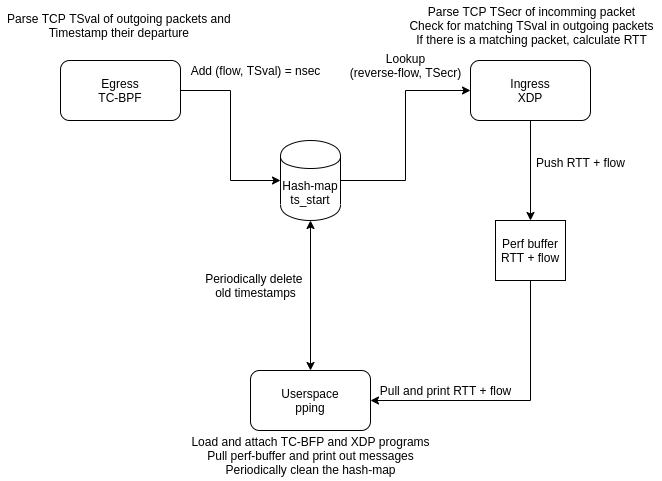
Earlier version of the draw.io export pping/eBPF_pping_design.png (xdp-project/bpf-examples). Source tidied: cells renumbered, new cells last; positions are measured from the earlier drawing's top-left corner, leaving out a move shared by most shapes. Its diagram source:
```xml
<mxGraphModel>
  <root>
    <mxCell id="0" />
    <mxCell id="1" parent="0" />
    <mxCell id="2" style="edgeStyle=orthogonalEdgeStyle;rounded=0;jettySize=auto;html=1;exitX=1;exitY=0.5;exitDx=0;exitDy=0;entryX=0;entryY=0.5;entryDx=0;entryDy=0;" parent="1" edge="1" source="3" target="9">
      <mxGeometry relative="1" as="geometry" />
    </mxCell>
    <mxCell id="3" value="Egress&lt;br&gt;TC-BPF" style="rounded=1;whiteSpace=wrap;html=1;" parent="1" vertex="1">
      <mxGeometry x="60" y="60" width="120" height="60" as="geometry" />
    </mxCell>
    <mxCell id="4" style="edgeStyle=orthogonalEdgeStyle;rounded=0;jettySize=auto;html=1;exitX=0.5;exitY=1;exitDx=0;exitDy=0;entryX=0.5;entryY=0;entryDx=0;entryDy=0;" parent="1" edge="1" source="5" target="11">
      <mxGeometry relative="1" as="geometry" />
    </mxCell>
    <mxCell id="5" value="Ingress&lt;br&gt;XDP" style="rounded=1;whiteSpace=wrap;html=1;" parent="1" vertex="1">
      <mxGeometry x="470" y="60" width="120" height="60" as="geometry" />
    </mxCell>
    <mxCell id="6" style="edgeStyle=orthogonalEdgeStyle;rounded=0;jettySize=auto;html=1;exitX=0.5;exitY=0;exitDx=0;exitDy=0;entryX=0.5;entryY=1;entryDx=0;entryDy=0;startArrow=classic;startFill=1;" parent="1" edge="1" source="7" target="9">
      <mxGeometry relative="1" as="geometry" />
    </mxCell>
    <mxCell id="7" value="Userspace&lt;br&gt;pping" style="rounded=1;whiteSpace=wrap;html=1;" parent="1" vertex="1">
      <mxGeometry x="250" y="370" width="120" height="60" as="geometry" />
    </mxCell>
    <mxCell id="8" style="edgeStyle=orthogonalEdgeStyle;rounded=0;jettySize=auto;html=1;exitX=1;exitY=0.5;exitDx=0;exitDy=0;entryX=0;entryY=0.5;entryDx=0;entryDy=0;" parent="1" edge="1" source="9" target="5">
      <mxGeometry relative="1" as="geometry" />
    </mxCell>
    <mxCell id="9" value="Hash-map&lt;br&gt;ts_start" style="shape=cylinder;whiteSpace=wrap;html=1;boundedLbl=1;backgroundOutline=1;" parent="1" vertex="1">
      <mxGeometry x="280" y="140" width="60" height="80" as="geometry" />
    </mxCell>
    <mxCell id="10" style="edgeStyle=orthogonalEdgeStyle;rounded=0;jettySize=auto;html=1;exitX=0.5;exitY=1;exitDx=0;exitDy=0;entryX=1;entryY=0.5;entryDx=0;entryDy=0;" parent="1" edge="1" source="11" target="7">
      <mxGeometry relative="1" as="geometry" />
    </mxCell>
    <mxCell id="11" value="Perf buffer&lt;br&gt;RTT + flow" style="rounded=0;whiteSpace=wrap;html=1;" parent="1" vertex="1">
      <mxGeometry x="495" y="220" width="70" height="60" as="geometry" />
    </mxCell>
    <mxCell id="12" value="Add (flow, TSval) = nsec" style="text;html=1;align=center;verticalAlign=middle;" parent="1" vertex="1">
      <mxGeometry x="180" y="60" width="150" height="20" as="geometry" />
    </mxCell>
    <mxCell id="13" value="Lookup&lt;br&gt;(reverse-flow, TSecr)" style="text;html=1;align=center;verticalAlign=middle;" parent="1" vertex="1">
      <mxGeometry x="340" y="50" width="130" height="30" as="geometry" />
    </mxCell>
    <mxCell id="14" value="Push RTT + flow" style="text;html=1;align=center;verticalAlign=middle;" parent="1" vertex="1">
      <mxGeometry x="530" y="152" width="100" height="20" as="geometry" />
    </mxCell>
    <mxCell id="15" value="Pull and print RTT + flow" style="text;html=1;align=center;verticalAlign=middle;" parent="1" vertex="1">
      <mxGeometry x="370" y="380" width="150" height="20" as="geometry" />
    </mxCell>
    <mxCell id="16" value="Parse TCP TSval of outgoing packets and &lt;br&gt;Timestamp their departure&amp;nbsp;" style="text;html=1;align=center;verticalAlign=middle;" parent="1" vertex="1">
      <mxGeometry y="10" width="240" height="30" as="geometry" />
    </mxCell>
    <mxCell id="17" value="Parse TCP TSecr of incomming packet&lt;br&gt;Check for matching TSval in outgoing packets&lt;br&gt;If there is a matching packet, calculate RTT" style="text;html=1;align=center;verticalAlign=middle;" parent="1" vertex="1">
      <mxGeometry x="401" width="260" height="50" as="geometry" />
    </mxCell>
    <mxCell id="18" value="Periodically delete &lt;br&gt;old timestamps" style="text;html=1;align=center;verticalAlign=middle;" parent="1" vertex="1">
      <mxGeometry x="200" y="270" width="110" height="30" as="geometry" />
    </mxCell>
    <mxCell id="19" value="Load and attach TC-BFP and XDP programs&lt;br&gt;Pull perf-buffer and print out messages&lt;br&gt;Periodically clean the hash-map" style="text;html=1;align=center;verticalAlign=middle;" parent="1" vertex="1">
      <mxGeometry x="185" y="430" width="250" height="50" as="geometry" />
    </mxCell>
  </root>
</mxGraphModel>
```
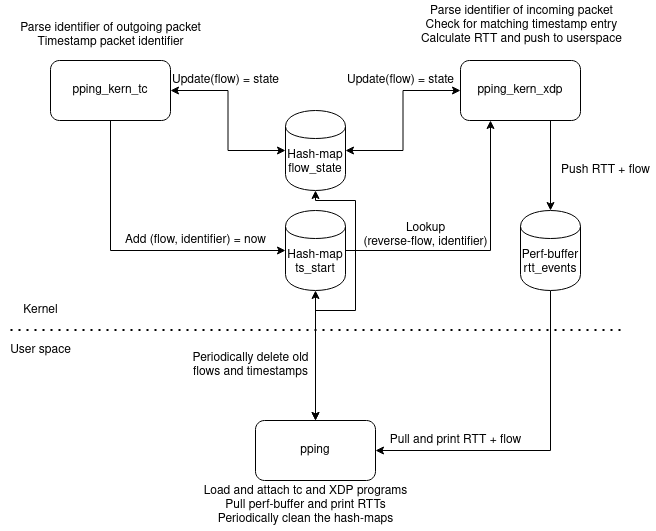
After the commit.

The edit, as a diff of the source:
```diff
@@ -2,59 +2,96 @@
   <root>
     <mxCell id="0" />
     <mxCell id="1" parent="0" />
-    <mxCell id="2" style="edgeStyle=orthogonalEdgeStyle;rounded=0;jettySize=auto;html=1;exitX=1;exitY=0.5;exitDx=0;exitDy=0;entryX=0;entryY=0.5;entryDx=0;entryDy=0;" parent="1" edge="1" source="3" target="9">
+    <mxCell id="2" style="edgeStyle=orthogonalEdgeStyle;rounded=0;jettySize=auto;html=1;exitX=0.5;exitY=1;exitDx=0;exitDy=0;entryX=0;entryY=0.5;entryDx=0;entryDy=0;" parent="1" edge="1" source="3" target="9">
       <mxGeometry relative="1" as="geometry" />
     </mxCell>
+    <mxCell id="20" style="edgeStyle=orthogonalEdgeStyle;rounded=0;jettySize=auto;html=1;exitX=1;exitY=0.5;exitDx=0;exitDy=0;entryX=0;entryY=0.5;entryDx=0;entryDy=0;startArrow=classic;startFill=1;" parent="1" edge="1" source="3" target="23">
+      <mxGeometry relative="1" as="geometry" />
+    </mxCell>
-    <mxCell id="3" value="Egress&lt;br&gt;TC-BPF" style="rounded=1;whiteSpace=wrap;html=1;" parent="1" vertex="1">
-      <mxGeometry x="60" y="60" width="120" height="60" as="geometry" />
+    <mxCell id="3" value="pping_kern_tc" style="rounded=1;whiteSpace=wrap;html=1;" parent="1" vertex="1">
+      <mxGeometry x="45" y="-10" width="120" height="60" as="geometry" />
     </mxCell>
-    <mxCell id="4" style="edgeStyle=orthogonalEdgeStyle;rounded=0;jettySize=auto;html=1;exitX=0.5;exitY=1;exitDx=0;exitDy=0;entryX=0.5;entryY=0;entryDx=0;entryDy=0;" parent="1" edge="1" source="5" target="11">
+    <mxCell id="4" style="edgeStyle=orthogonalEdgeStyle;rounded=0;jettySize=auto;html=1;exitX=0.75;exitY=1;exitDx=0;exitDy=0;entryX=0.5;entryY=0;entryDx=0;entryDy=0;" parent="1" edge="1" source="5" target="26">
       <mxGeometry relative="1" as="geometry" />
     </mxCell>
-    <mxCell id="5" value="Ingress&lt;br&gt;XDP" style="rounded=1;whiteSpace=wrap;html=1;" parent="1" vertex="1">
-      <mxGeometry x="470" y="60" width="120" height="60" as="geometry" />
+    <mxCell id="5" value="pping_kern_xdp" style="rounded=1;whiteSpace=wrap;html=1;" parent="1" vertex="1">
+      <mxGeometry x="455" y="-10" width="120" height="60" as="geometry" />
     </mxCell>
-    <mxCell id="6" style="edgeStyle=orthogonalEdgeStyle;rounded=0;jettySize=auto;html=1;exitX=0.5;exitY=0;exitDx=0;exitDy=0;entryX=0.5;entryY=1;entryDx=0;entryDy=0;startArrow=classic;startFill=1;" parent="1" edge="1" source="7" target="9">
+    <mxCell id="6" style="edgeStyle=orthogonalEdgeStyle;rounded=0;jettySize=auto;html=1;entryX=0.5;entryY=1;entryDx=0;entryDy=0;startArrow=classic;startFill=1;exitX=0.5;exitY=0;exitDx=0;exitDy=0;" parent="1" edge="1" source="7" target="9">
       <mxGeometry relative="1" as="geometry" />
     </mxCell>
+    <mxCell id="21" style="edgeStyle=orthogonalEdgeStyle;rounded=0;jettySize=auto;html=1;startArrow=classic;startFill=1;entryX=0.5;entryY=1;entryDx=0;entryDy=0;exitX=0.5;exitY=0;exitDx=0;exitDy=0;" parent="1" edge="1" source="7" target="23">
+      <mxGeometry relative="1" as="geometry">
+        <Array as="points">
+          <mxPoint x="310" y="240" />
+          <mxPoint x="350" y="240" />
+          <mxPoint x="350" y="130" />
+          <mxPoint x="310" y="130" />
+        </Array>
+      </mxGeometry>
+    </mxCell>
-    <mxCell id="7" value="Userspace&lt;br&gt;pping" style="rounded=1;whiteSpace=wrap;html=1;" parent="1" vertex="1">
-      <mxGeometry x="250" y="370" width="120" height="60" as="geometry" />
+    <mxCell id="7" value="pping" style="rounded=1;whiteSpace=wrap;html=1;" parent="1" vertex="1">
+      <mxGeometry x="250" y="350" width="120" height="60" as="geometry" />
     </mxCell>
-    <mxCell id="8" style="edgeStyle=orthogonalEdgeStyle;rounded=0;jettySize=auto;html=1;exitX=1;exitY=0.5;exitDx=0;exitDy=0;entryX=0;entryY=0.5;entryDx=0;entryDy=0;" parent="1" edge="1" source="9" target="5">
+    <mxCell id="8" style="edgeStyle=orthogonalEdgeStyle;rounded=0;jettySize=auto;html=1;exitX=1;exitY=0.5;exitDx=0;exitDy=0;entryX=0.25;entryY=1;entryDx=0;entryDy=0;" parent="1" edge="1" source="9" target="5">
       <mxGeometry relative="1" as="geometry" />
     </mxCell>
     <mxCell id="9" value="Hash-map&lt;br&gt;ts_start" style="shape=cylinder;whiteSpace=wrap;html=1;boundedLbl=1;backgroundOutline=1;" parent="1" vertex="1">
       <mxGeometry x="280" y="140" width="60" height="80" as="geometry" />
     </mxCell>
-    <mxCell id="10" style="edgeStyle=orthogonalEdgeStyle;rounded=0;jettySize=auto;html=1;exitX=0.5;exitY=1;exitDx=0;exitDy=0;entryX=1;entryY=0.5;entryDx=0;entryDy=0;" parent="1" edge="1" source="11" target="7">
+    <mxCell id="10" style="edgeStyle=orthogonalEdgeStyle;rounded=0;jettySize=auto;html=1;exitX=0.5;exitY=1;exitDx=0;exitDy=0;entryX=1;entryY=0.5;entryDx=0;entryDy=0;" parent="1" edge="1" source="26" target="7">
       <mxGeometry relative="1" as="geometry" />
     </mxCell>
-    <mxCell id="11" value="Perf buffer&lt;br&gt;RTT + flow" style="rounded=0;whiteSpace=wrap;html=1;" parent="1" vertex="1">
-      <mxGeometry x="495" y="220" width="70" height="60" as="geometry" />
-    </mxCell>
-    <mxCell id="12" value="Add (flow, TSval) = nsec" style="text;html=1;align=center;verticalAlign=middle;" parent="1" vertex="1">
-      <mxGeometry x="180" y="60" width="150" height="20" as="geometry" />
+    <mxCell id="12" value="Add (flow, identifier) = now" style="text;html=1;align=center;verticalAlign=middle;" parent="1" vertex="1">
+      <mxGeometry x="110" y="160" width="160" height="20" as="geometry" />
     </mxCell>
-    <mxCell id="13" value="Lookup&lt;br&gt;(reverse-flow, TSecr)" style="text;html=1;align=center;verticalAlign=middle;" parent="1" vertex="1">
-      <mxGeometry x="340" y="50" width="130" height="30" as="geometry" />
+    <mxCell id="13" value="Lookup&lt;br&gt;(reverse-flow, identifier)" style="text;html=1;align=center;verticalAlign=middle;" parent="1" vertex="1">
+      <mxGeometry x="350" y="150" width="140" height="30" as="geometry" />
     </mxCell>
     <mxCell id="14" value="Push RTT + flow" style="text;html=1;align=center;verticalAlign=middle;" parent="1" vertex="1">
-      <mxGeometry x="530" y="152" width="100" height="20" as="geometry" />
+      <mxGeometry x="550" y="90" width="100" height="20" as="geometry" />
     </mxCell>
     <mxCell id="15" value="Pull and print RTT + flow" style="text;html=1;align=center;verticalAlign=middle;" parent="1" vertex="1">
-      <mxGeometry x="370" y="380" width="150" height="20" as="geometry" />
+      <mxGeometry x="375" y="360" width="150" height="20" as="geometry" />
     </mxCell>
-    <mxCell id="16" value="Parse TCP TSval of outgoing packets and &lt;br&gt;Timestamp their departure&amp;nbsp;" style="text;html=1;align=center;verticalAlign=middle;" parent="1" vertex="1">
-      <mxGeometry y="10" width="240" height="30" as="geometry" />
+    <mxCell id="16" value="&lt;div&gt;Parse identifier of outgoing packet &lt;br&gt;&lt;/div&gt;&lt;div&gt;Timestamp packet identifier &lt;br&gt;&lt;/div&gt;" style="text;html=1;align=center;verticalAlign=middle;" parent="1" vertex="1">
+      <mxGeometry x="5" y="-50" width="200" height="30" as="geometry" />
     </mxCell>
-    <mxCell id="17" value="Parse TCP TSecr of incomming packet&lt;br&gt;Check for matching TSval in outgoing packets&lt;br&gt;If there is a matching packet, calculate RTT" style="text;html=1;align=center;verticalAlign=middle;" parent="1" vertex="1">
-      <mxGeometry x="401" width="260" height="50" as="geometry" />
+    <mxCell id="17" value="Parse identifier of incoming packet&lt;br&gt;Check for matching timestamp entry&lt;br&gt;Calculate RTT and push to userspace" style="text;html=1;align=center;verticalAlign=middle;" parent="1" vertex="1">
+      <mxGeometry x="406" y="-70" width="220" height="50" as="geometry" />
     </mxCell>
-    <mxCell id="18" value="Periodically delete &lt;br&gt;old timestamps" style="text;html=1;align=center;verticalAlign=middle;" parent="1" vertex="1">
-      <mxGeometry x="200" y="270" width="110" height="30" as="geometry" />
+    <mxCell id="18" value="&lt;div&gt;Periodically delete old &lt;br&gt;&lt;/div&gt;&lt;div&gt;flows and timestamps&lt;/div&gt;" style="text;html=1;align=center;verticalAlign=middle;" parent="1" vertex="1">
+      <mxGeometry x="180" y="280" width="130" height="30" as="geometry" />
     </mxCell>
-    <mxCell id="19" value="Load and attach TC-BFP and XDP programs&lt;br&gt;Pull perf-buffer and print out messages&lt;br&gt;Periodically clean the hash-map" style="text;html=1;align=center;verticalAlign=middle;" parent="1" vertex="1">
-      <mxGeometry x="185" y="430" width="250" height="50" as="geometry" />
+    <mxCell id="19" value="Load and attach tc and XDP programs&lt;br&gt;Pull perf-buffer and print RTTs&lt;br&gt;Periodically clean the hash-maps" style="text;html=1;align=center;verticalAlign=middle;" parent="1" vertex="1">
+      <mxGeometry x="190" y="410" width="220" height="50" as="geometry" />
     </mxCell>
+    <mxCell id="22" style="edgeStyle=orthogonalEdgeStyle;rounded=0;jettySize=auto;html=1;exitX=1;exitY=0.5;exitDx=0;exitDy=0;entryX=0;entryY=0.5;entryDx=0;entryDy=0;startArrow=classic;startFill=1;" parent="1" edge="1" source="23" target="5">
+      <mxGeometry relative="1" as="geometry" />
+    </mxCell>
+    <mxCell id="23" value="Hash-map&lt;br&gt;flow_state" style="shape=cylinder;whiteSpace=wrap;html=1;boundedLbl=1;backgroundOutline=1;" parent="1" vertex="1">
+      <mxGeometry x="280" y="40" width="60" height="80" as="geometry" />
+    </mxCell>
+    <mxCell id="24" value="Update(flow) = state" style="text;html=1;align=center;verticalAlign=middle;" parent="1" vertex="1">
+      <mxGeometry x="160" width="120" height="20" as="geometry" />
+    </mxCell>
+    <mxCell id="25" value="Update(flow) = state" style="text;html=1;align=center;verticalAlign=middle;" parent="1" vertex="1">
+      <mxGeometry x="335" width="120" height="20" as="geometry" />
+    </mxCell>
+    <mxCell id="26" value="Perf-buffer&lt;br&gt;rtt_events" style="shape=cylinder;whiteSpace=wrap;html=1;boundedLbl=1;backgroundOutline=1;" parent="1" vertex="1">
+      <mxGeometry x="515" y="140" width="60" height="80" as="geometry" />
+    </mxCell>
+    <mxCell id="27" style="endArrow=none;dashed=1;html=1;dashPattern=1 3;strokeWidth=2;" parent="1" edge="1">
+      <mxGeometry relative="1" as="geometry">
+        <mxPoint x="5" y="259.5" as="sourcePoint" />
+        <mxPoint x="615" y="259.5" as="targetPoint" />
+      </mxGeometry>
+    </mxCell>
+    <mxCell id="28" value="Kernel" style="text;html=1;align=center;verticalAlign=middle;" parent="1" vertex="1">
+      <mxGeometry x="10" y="230" width="50" height="20" as="geometry" />
+    </mxCell>
+    <mxCell id="29" value="User space" style="text;html=1;align=center;verticalAlign=middle;" parent="1" vertex="1">
+      <mxGeometry x="-5" y="270" width="80" height="20" as="geometry" />
+    </mxCell>
   </root>
 </mxGraphModel>
```
